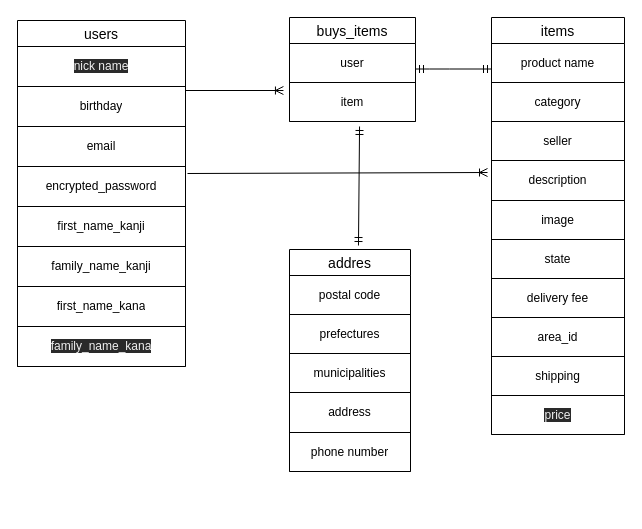
This is db.dio from Toya32/furima-31907, a draw.io file, before an edit. Source tidied: cells renumbered, new cells numbered last; positions are measured from the earlier drawing's top-left corner, leaving out a move shared by most shapes. Both pictures are drawn from the tidied source at 100%, with x=0, y=0 at pixel (17, 17).
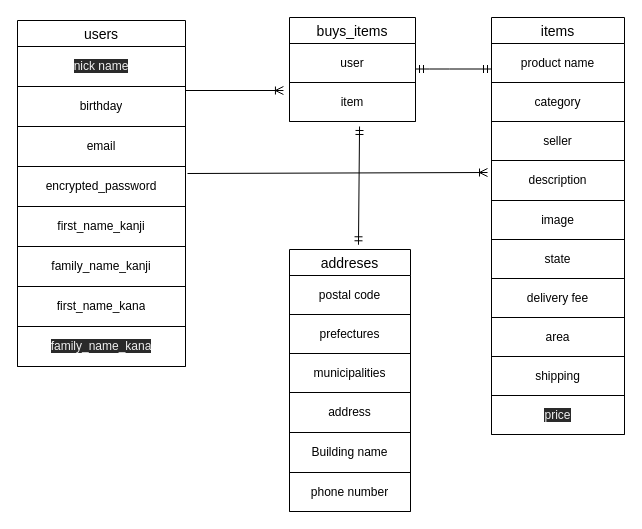
The same page after the edit.

The change refers to these unchanged cells:
```xml
<mxCell id="49" style="shape=partialRectangle;html=1;whiteSpace=wrap;fillColor=none;top=0;left=0;bottom=0;right=0;" parent="34" vertex="1">
  <mxGeometry y="274" width="133" height="39" as="geometry" />
</mxCell>
```

Diff of the diagram source:
```diff
@@
-    <mxCell id="21" value="addres" style="swimlane;fontStyle=0;horizontal=1;startSize=26;align=center;fontSize=14;" parent="1" vertex="1">
-      <mxGeometry x="272" y="232" width="121" height="222" as="geometry" />
+    <mxCell id="21" value="addreses" style="swimlane;fontStyle=0;horizontal=1;startSize=26;align=center;fontSize=14;" parent="1" vertex="1">
+      <mxGeometry x="272" y="232" width="121" height="262" as="geometry" />
     </mxCell>
     <mxCell id="22" style="shape=table;html=1;whiteSpace=wrap;startSize=0;childLayout=tableLayout;" parent="21" vertex="1">
-      <mxGeometry y="26" width="121" height="196" as="geometry" />
+      <mxGeometry y="26" width="121" height="236" as="geometry" />
     </mxCell>
@@
+    <mxCell id="64" style="shape=partialRectangle;html=1;whiteSpace=wrap;fillColor=none;top=0;left=0;bottom=0;right=0;" parent="22" vertex="1">
+      <mxGeometry y="157" width="121" height="40" as="geometry" />
+    </mxCell>
+    <mxCell id="65" value="Building name" style="shape=partialRectangle;html=1;whiteSpace=wrap;overflow=hidden;fillColor=none;top=0;left=0;bottom=0;right=0;" parent="64" vertex="1">
+      <mxGeometry width="121" height="40" as="geometry" />
+    </mxCell>
     <mxCell id="31" style="shape=partialRectangle;html=1;whiteSpace=wrap;fillColor=none;top=0;left=0;bottom=0;right=0;" parent="22" vertex="1">
-      <mxGeometry y="157" width="121" height="39" as="geometry" />
+      <mxGeometry y="197" width="121" height="39" as="geometry" />
     </mxCell>
@@
-    <mxCell id="50" value="area_id" style="shape=partialRectangle;html=1;whiteSpace=wrap;overflow=hidden;fillColor=none;top=0;left=0;bottom=0;right=0;" parent="49" vertex="1">
+    <mxCell id="50" value="area" style="shape=partialRectangle;html=1;whiteSpace=wrap;overflow=hidden;fillColor=none;top=0;left=0;bottom=0;right=0;" parent="49" vertex="1">
       <mxGeometry width="133" height="39" as="geometry" />
     </mxCell>
```
